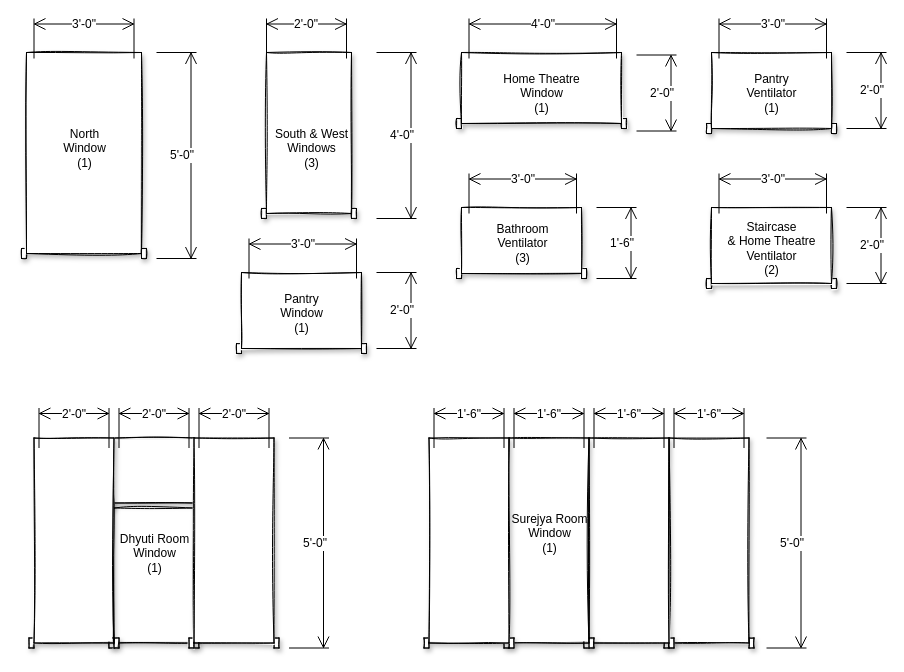
This is page "FF Windows" (4 of 4) of Doors_Windows.drawio from gudiseva/arvind, a draw.io file, before an edit. Source tidied: cells renumbered, new cells numbered last; positions are measured from the earlier drawing's top-left corner, leaving out a move shared by most shapes. Both pictures are drawn from the tidied source at 100%, with x=0, y=0 at pixel (21, 18).
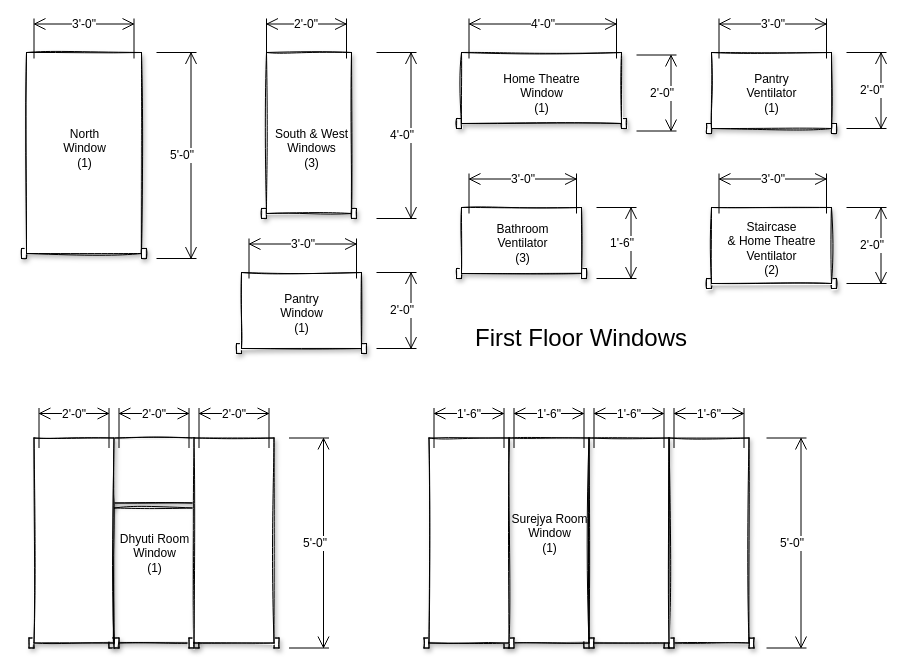
After the change.

The edit, as a diff of the source:
```diff
@@
+    <mxCell id="49" value="&lt;font style=&quot;font-size: 24px&quot;&gt;First Floor Windows&lt;/font&gt;" style="text;html=1;strokeColor=none;fillColor=none;align=center;verticalAlign=middle;whiteSpace=wrap;rounded=0;" parent="1" vertex="1">
+      <mxGeometry x="435" y="290" width="250" height="60" as="geometry" />
+    </mxCell>
```
